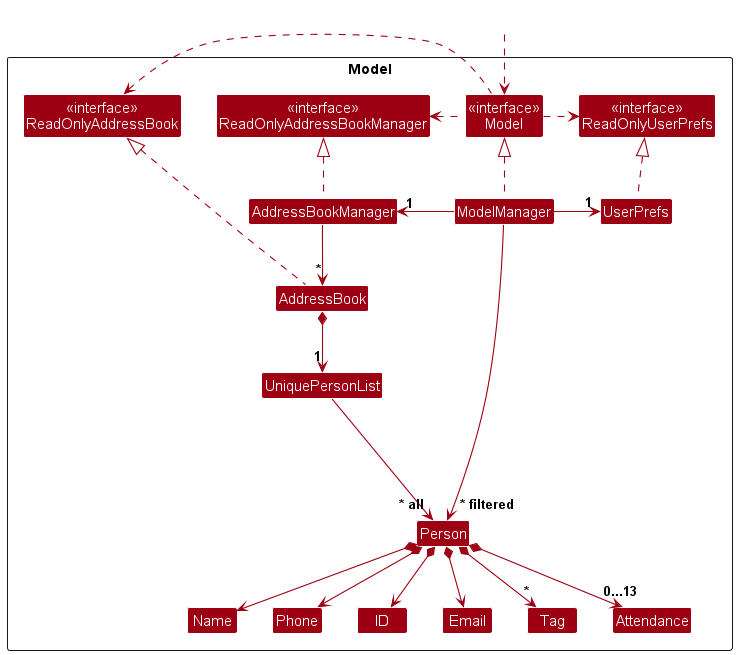
The PlantUML diagram docs/images/ModelClassDiagram.png in nus-cs2103-AY2324S1/tp, before a commit.
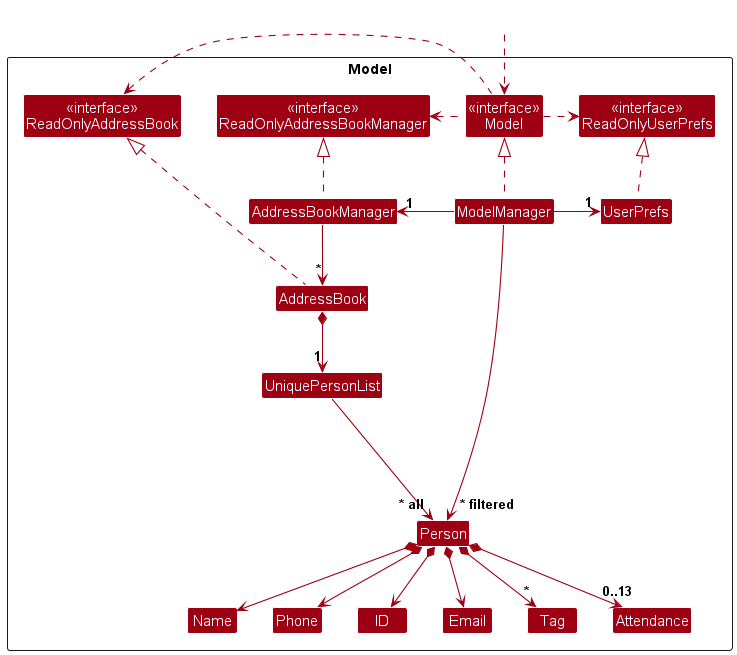
After the change.

Diff of the diagram source:
```diff
@@ -47,7 +47,7 @@
 Person *--> Phone
 Person *--> Email
 Person *--> ID
-Person *--> "     0...13" Attendance
+Person *--> "     0..13" Attendance
 Person *--> "*" Tag
 
 Person -[hidden]up--> I
```
